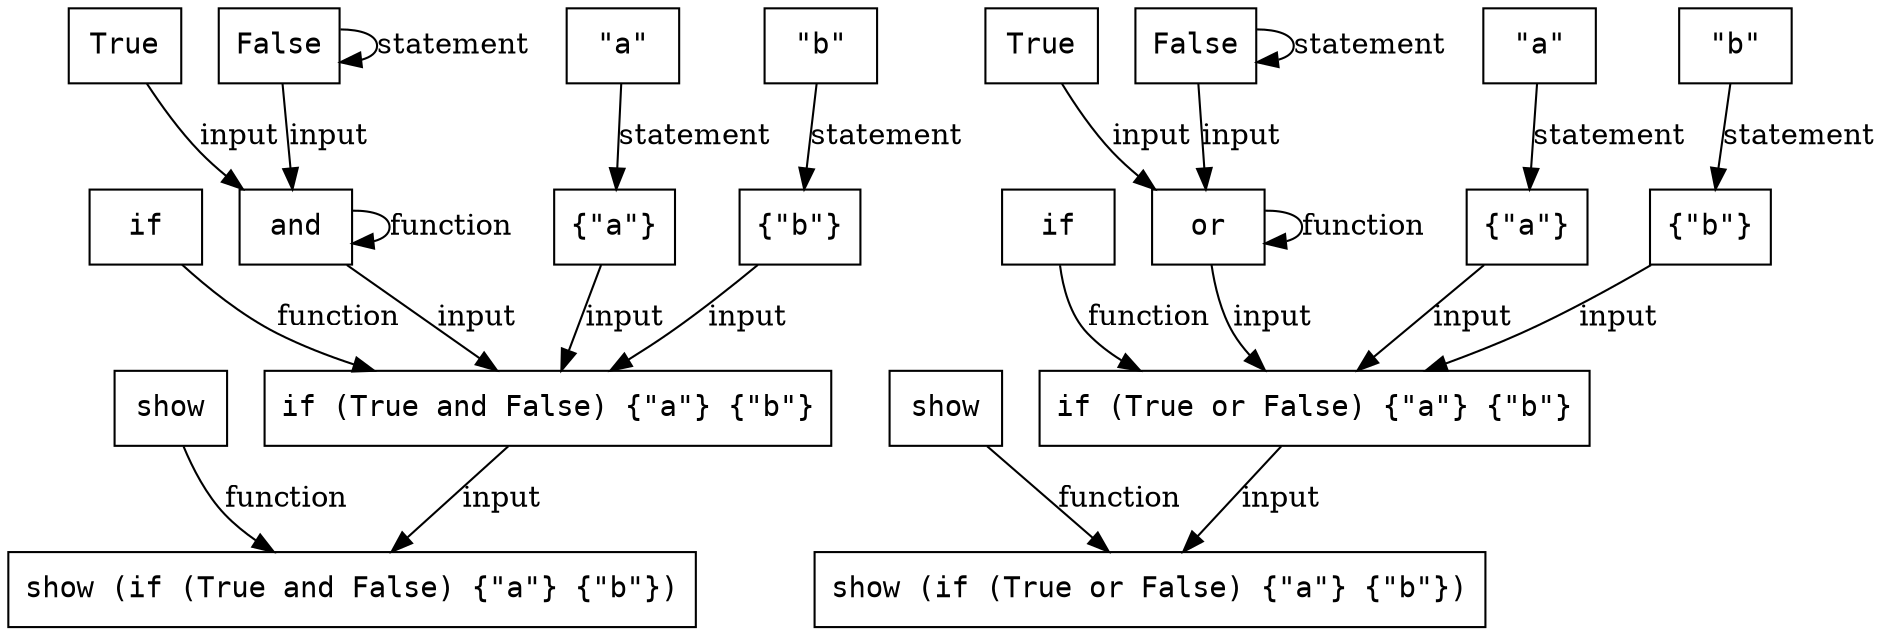
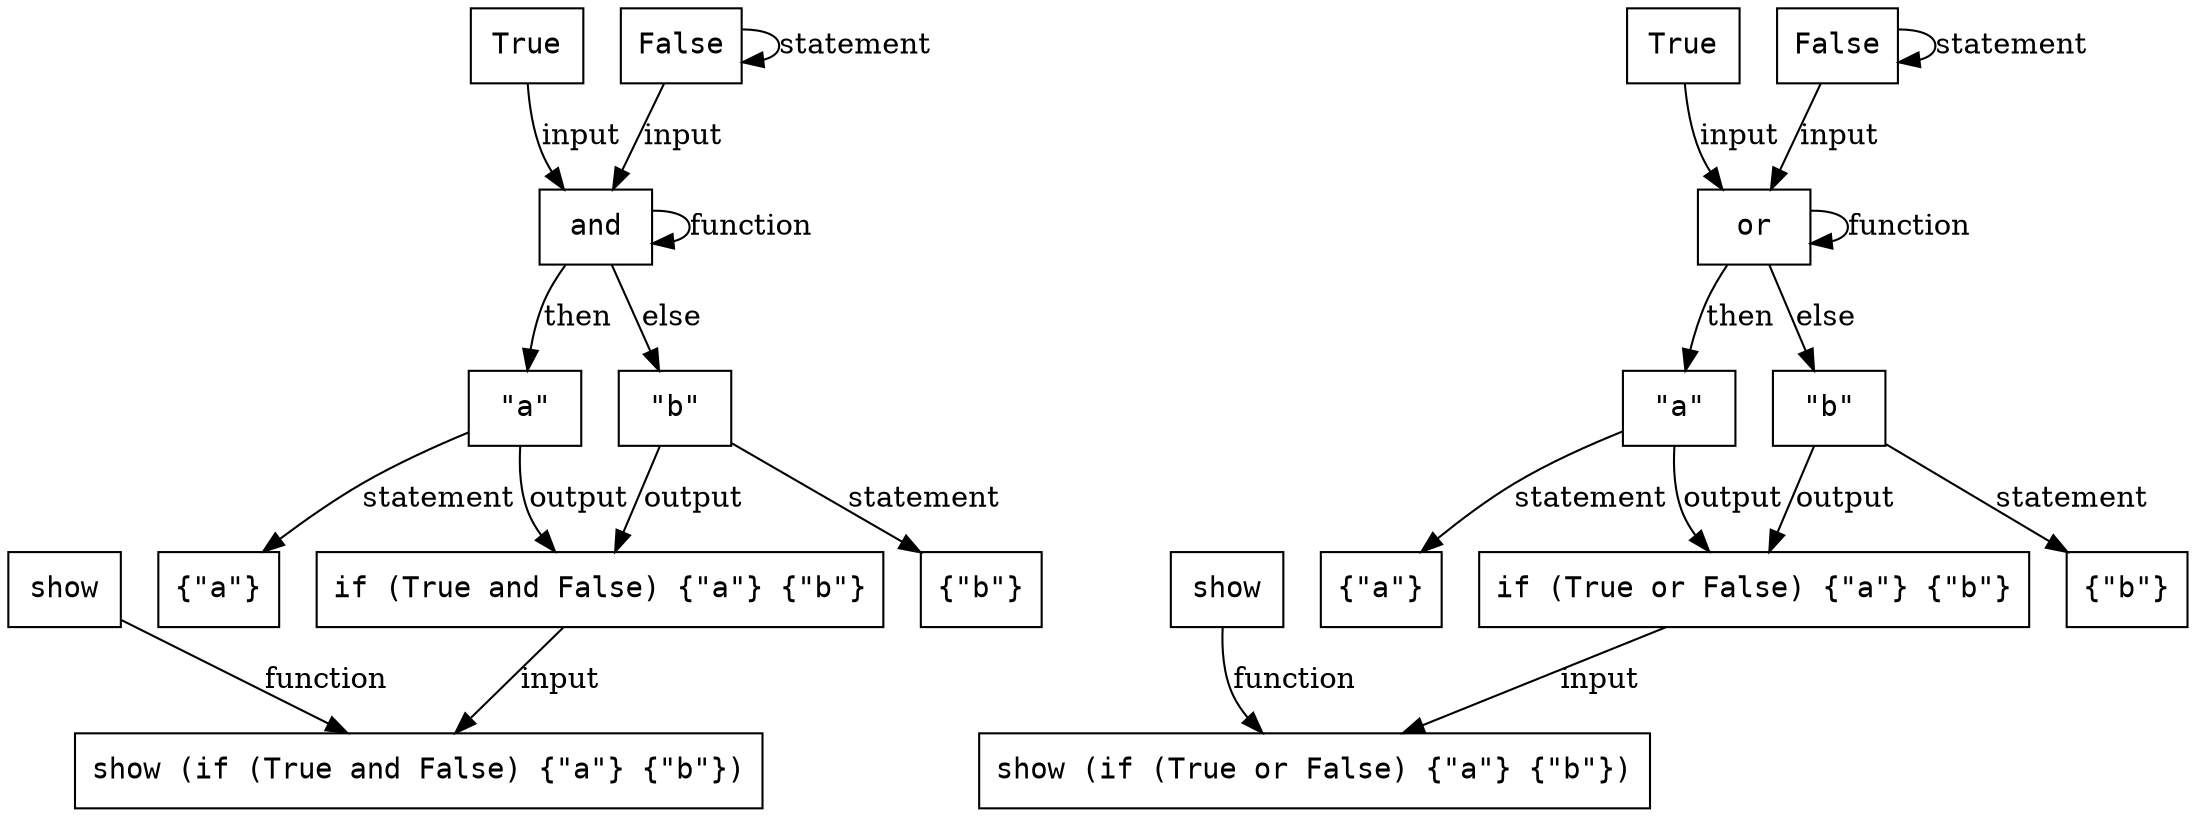
digraph G {
  node [shape=box, fontname=monospace]
  node_logic_wipple_1_1_1_39 [label="show (if (True and False) {\"a\"} {\"b\"})"]
  node_logic_wipple_2_1_2_38 [label="show (if (True or False) {\"a\"} {\"b\"})"]
  node_logic_wipple_1_1_1_39 [label="show (if (True and False) {\"a\"} {\"b\"})"]
  node_logic_wipple_1_1_1_5 [label="show"]
  node_logic_wipple_1_7_1_38 [label="if (True and False) {\"a\"} {\"b\"}"]
-   node_logic_wipple_1_7_1_9 [label="if"]
  node_logic_wipple_1_16_1_19 [label="and"]
  node_logic_wipple_1_11_1_15 [label="True"]
  node_logic_wipple_1_20_1_25 [label="False"]
  node_logic_wipple_1_16_1_19 [label="and"]
  node_logic_wipple_1_20_1_25 [label="False"]
  node_logic_wipple_1_20_1_25 [label="False"]
  node_logic_wipple_1_27_1_32 [label="{\"a\"}"]
  node_logic_wipple_1_28_1_31 [label="\"a\""]
  node_logic_wipple_1_33_1_38 [label="{\"b\"}"]
  node_logic_wipple_1_34_1_37 [label="\"b\""]
  node_logic_wipple_2_1_2_38 [label="show (if (True or False) {\"a\"} {\"b\"})"]
  node_logic_wipple_2_1_2_5 [label="show"]
  node_logic_wipple_2_7_2_37 [label="if (True or False) {\"a\"} {\"b\"}"]
-   node_logic_wipple_2_7_2_9 [label="if"]
  node_logic_wipple_2_16_2_18 [label="or"]
  node_logic_wipple_2_11_2_15 [label="True"]
  node_logic_wipple_2_19_2_24 [label="False"]
  node_logic_wipple_2_16_2_18 [label="or"]
  node_logic_wipple_2_19_2_24 [label="False"]
  node_logic_wipple_2_19_2_24 [label="False"]
  node_logic_wipple_2_26_2_31 [label="{\"a\"}"]
  node_logic_wipple_2_27_2_30 [label="\"a\""]
  node_logic_wipple_2_32_2_37 [label="{\"b\"}"]
  node_logic_wipple_2_33_2_36 [label="\"b\""]
  node_logic_wipple_1_28_1_31 [label="\"a\""]
  node_logic_wipple_1_28_1_31 [label="\"a\""]
  node_logic_wipple_1_34_1_37 [label="\"b\""]
  node_logic_wipple_1_34_1_37 [label="\"b\""]
  node_logic_wipple_2_27_2_30 [label="\"a\""]
  node_logic_wipple_2_27_2_30 [label="\"a\""]
  node_logic_wipple_2_33_2_36 [label="\"b\""]
  node_logic_wipple_2_33_2_36 [label="\"b\""]
  node_logic_wipple_1_20_1_25 -> node_logic_wipple_1_20_1_25 [label="statement"]
  node_logic_wipple_1_28_1_31 -> node_logic_wipple_1_27_1_32 [label="statement"]
  node_logic_wipple_1_34_1_37 -> node_logic_wipple_1_33_1_38 [label="statement"]
  node_logic_wipple_2_19_2_24 -> node_logic_wipple_2_19_2_24 [label="statement"]
  node_logic_wipple_2_27_2_30 -> node_logic_wipple_2_26_2_31 [label="statement"]
  node_logic_wipple_2_33_2_36 -> node_logic_wipple_2_32_2_37 [label="statement"]
  node_logic_wipple_1_1_1_5 -> node_logic_wipple_1_1_1_39 [label="function"]
  node_logic_wipple_1_7_1_38 -> node_logic_wipple_1_1_1_39 [label="input"]
-   node_logic_wipple_1_7_1_9 -> node_logic_wipple_1_7_1_38 [label="function"]
-   node_logic_wipple_1_16_1_19 -> node_logic_wipple_1_7_1_38 [label="input"]
-   node_logic_wipple_1_27_1_32 -> node_logic_wipple_1_7_1_38 [label="input"]
-   node_logic_wipple_1_33_1_38 -> node_logic_wipple_1_7_1_38 [label="input"]
+   node_logic_wipple_1_16_1_19 -> node_logic_wipple_1_28_1_31 [label="then"]
+   node_logic_wipple_1_16_1_19 -> node_logic_wipple_1_34_1_37 [label="else"]
+   node_logic_wipple_1_28_1_31 -> node_logic_wipple_1_7_1_38 [label="output"]
+   node_logic_wipple_1_34_1_37 -> node_logic_wipple_1_7_1_38 [label="output"]
  node_logic_wipple_1_16_1_19 -> node_logic_wipple_1_16_1_19 [label="function"]
  node_logic_wipple_1_11_1_15 -> node_logic_wipple_1_16_1_19 [label="input"]
  node_logic_wipple_1_20_1_25 -> node_logic_wipple_1_16_1_19 [label="input"]
  node_logic_wipple_2_1_2_5 -> node_logic_wipple_2_1_2_38 [label="function"]
  node_logic_wipple_2_7_2_37 -> node_logic_wipple_2_1_2_38 [label="input"]
-   node_logic_wipple_2_7_2_9 -> node_logic_wipple_2_7_2_37 [label="function"]
-   node_logic_wipple_2_16_2_18 -> node_logic_wipple_2_7_2_37 [label="input"]
-   node_logic_wipple_2_26_2_31 -> node_logic_wipple_2_7_2_37 [label="input"]
-   node_logic_wipple_2_32_2_37 -> node_logic_wipple_2_7_2_37 [label="input"]
+   node_logic_wipple_2_16_2_18 -> node_logic_wipple_2_27_2_30 [label="then"]
+   node_logic_wipple_2_16_2_18 -> node_logic_wipple_2_33_2_36 [label="else"]
+   node_logic_wipple_2_27_2_30 -> node_logic_wipple_2_7_2_37 [label="output"]
+   node_logic_wipple_2_33_2_36 -> node_logic_wipple_2_7_2_37 [label="output"]
  node_logic_wipple_2_16_2_18 -> node_logic_wipple_2_16_2_18 [label="function"]
  node_logic_wipple_2_11_2_15 -> node_logic_wipple_2_16_2_18 [label="input"]
  node_logic_wipple_2_19_2_24 -> node_logic_wipple_2_16_2_18 [label="input"]
}